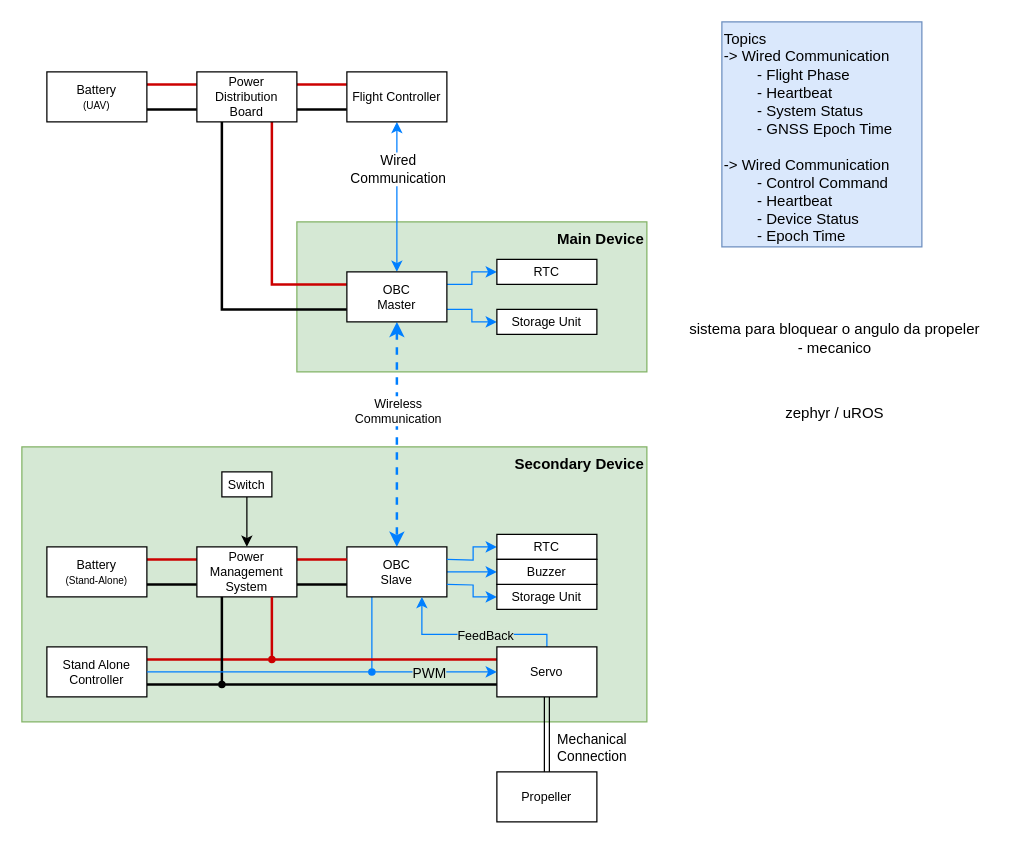
Earlier version of the draw.io diagram page "system_diagram" (1 of 10) of MESCC/2nd_year/2nd_semester/system_diagram.drawio (carlosrijo9/ISEP). Source tidied: cells renumbered, new cells numbered last; positions are measured from the earlier drawing's top-left corner, leaving out a move shared by most shapes. Both pictures are drawn from the tidied source at 125%, with x=0, y=0 at pixel (21, 21).
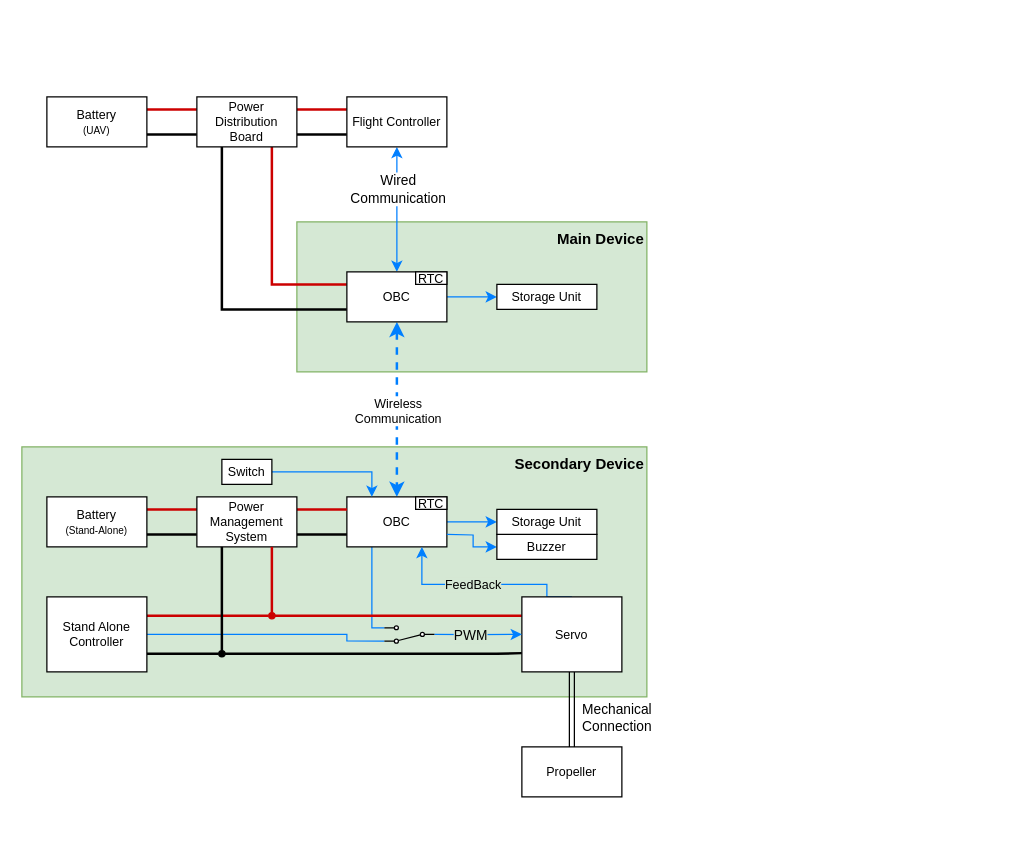
The same page after the edit.

Unchanged cells that the change refers to:
```xml
<mxCell id="12" style="edgeStyle=orthogonalEdgeStyle;rounded=0;jettySize=auto;html=1;exitX=0.5;exitY=1;exitDx=0;exitDy=0;entryX=0.5;entryY=0;entryDx=0;entryDy=0;strokeColor=#007FFF;fontSize=10;startArrow=classic;startFill=1;endArrow=classic;endFill=1;" parent="1" edge="1" source="14" target="19">
  <mxGeometry relative="1" as="geometry" />
</mxCell>
<mxCell id="17" style="edgeStyle=orthogonalEdgeStyle;rounded=0;jettySize=auto;html=1;dashed=1;strokeWidth=2;strokeColor=#007FFF;fontSize=10;startArrow=classic;startFill=1;" parent="1" edge="1" source="19" target="24">
  <mxGeometry relative="1" as="geometry" />
</mxCell>
<mxCell id="39" style="edgeStyle=orthogonalEdgeStyle;rounded=0;jettySize=auto;html=1;endArrow=none;endFill=0;shape=link;" parent="1" edge="1" source="41" target="44">
  <mxGeometry relative="1" as="geometry" />
</mxCell>
```

Diff of the diagram source:
```diff
@@
-    <mxCell id="2" value="&lt;span style=&quot;color: rgb(0, 0, 0); font-family: Helvetica; font-style: normal; font-variant-ligatures: normal; font-variant-caps: normal; letter-spacing: normal; orphans: 2; text-indent: 0px; text-transform: none; widows: 2; word-spacing: 0px; -webkit-text-stroke-width: 0px; text-decoration-thickness: initial; text-decoration-style: initial; text-decoration-color: initial; float: none; display: inline !important;&quot;&gt;&lt;b style=&quot;&quot;&gt;&lt;font style=&quot;font-size: 12px;&quot;&gt;Secondary Device&lt;/font&gt;&lt;/b&gt;&lt;br&gt;&lt;/span&gt;" style="rounded=0;whiteSpace=wrap;html=1;fillColor=#d5e8d4;strokeColor=#82b366;verticalAlign=top;align=right;labelBackgroundColor=none;" parent="1" vertex="1">
-      <mxGeometry y="340" width="500" height="220" as="geometry" />
+    <mxCell id="2" value="&lt;span style=&quot;color: rgb(0, 0, 0); font-family: Helvetica; font-style: normal; font-variant-ligatures: normal; font-variant-caps: normal; letter-spacing: normal; orphans: 2; text-indent: 0px; text-transform: none; widows: 2; word-spacing: 0px; -webkit-text-stroke-width: 0px; text-decoration-thickness: initial; text-decoration-style: initial; text-decoration-color: initial; float: none; display: inline !important;&quot;&gt;&lt;b style=&quot;&quot;&gt;&lt;font style=&quot;font-size: 12px;&quot;&gt;Secondary Device&lt;/font&gt;&lt;/b&gt;&lt;br&gt;&lt;/span&gt;" style="rounded=0;whiteSpace=wrap;html=1;fillColor=#D5E8D4;strokeColor=#82b366;verticalAlign=top;align=right;labelBackgroundColor=none;" parent="1" vertex="1">
+      <mxGeometry y="340" width="500" height="200" as="geometry" />
     </mxCell>
+    <mxCell id="44" value="Propeller" style="rounded=0;whiteSpace=wrap;html=1;fontSize=10;" parent="1" vertex="1">
+      <mxGeometry x="400" y="580" width="80" height="40" as="geometry" />
+    </mxCell>
+    <mxCell id="58" style="edgeStyle=orthogonalEdgeStyle;rounded=0;jettySize=auto;html=1;exitX=1;exitY=0.5;exitDx=0;exitDy=0;entryX=1;entryY=0.12;entryDx=0;entryDy=0;strokeColor=#007FFF;endArrow=none;endFill=0;" parent="1" edge="1" source="53" target="61">
+      <mxGeometry relative="1" as="geometry">
+        <Array as="points">
+          <mxPoint x="260" y="490" />
+          <mxPoint x="260" y="495" />
+        </Array>
+      </mxGeometry>
+    </mxCell>
@@
     <mxCell id="6" value="Battery&lt;br style=&quot;font-size: 10px;&quot;&gt;&lt;font style=&quot;font-size: 8px;&quot;&gt;(UAV)&lt;/font&gt;" style="rounded=0;whiteSpace=wrap;html=1;fontSize=10;" parent="1" vertex="1">
-      <mxGeometry x="20" y="40" width="80" height="40" as="geometry" />
+      <mxGeometry x="20" y="60" width="80" height="40" as="geometry" />
     </mxCell>
@@
     <mxCell id="11" value="Power Distribution Board" style="rounded=0;whiteSpace=wrap;html=1;fontSize=10;" parent="1" vertex="1">
-      <mxGeometry x="140" y="40" width="80" height="40" as="geometry" />
+      <mxGeometry x="140" y="60" width="80" height="40" as="geometry" />
     </mxCell>
@@
     <mxCell id="13" value="&lt;div&gt;Wired&lt;/div&gt;&lt;div&gt;Communication&lt;/div&gt;" style="edgeLabel;html=1;align=center;verticalAlign=middle;" parent="12" vertex="1">
       <mxGeometry x="-0.23" y="2" relative="1" as="geometry">
-        <mxPoint x="-2" y="-9" as="offset" />
+        <mxPoint x="-2" y="-6" as="offset" />
       </mxGeometry>
     </mxCell>
     <mxCell id="14" value="Flight Controller" style="rounded=0;whiteSpace=wrap;html=1;fontSize=10;" parent="1" vertex="1">
-      <mxGeometry x="260" y="40" width="80" height="40" as="geometry" />
+      <mxGeometry x="260" y="60" width="80" height="40" as="geometry" />
     </mxCell>
-    <mxCell id="15" style="edgeStyle=orthogonalEdgeStyle;rounded=0;jettySize=auto;html=1;strokeColor=#007FFF;exitX=1;exitY=0.25;exitDx=0;exitDy=0;fontSize=10;" parent="1" edge="1" source="19" target="20">
-      <mxGeometry relative="1" as="geometry" />
-    </mxCell>
-    <mxCell id="16" style="edgeStyle=orthogonalEdgeStyle;rounded=0;jettySize=auto;html=1;exitX=1;exitY=0.75;exitDx=0;exitDy=0;entryX=0;entryY=0.5;entryDx=0;entryDy=0;strokeColor=#007FFF;fontSize=10;" parent="1" edge="1" source="19" target="21">
+    <mxCell id="16" style="edgeStyle=orthogonalEdgeStyle;rounded=0;jettySize=auto;html=1;exitX=1;exitY=0.5;exitDx=0;exitDy=0;entryX=0;entryY=0.5;entryDx=0;entryDy=0;strokeColor=#007FFF;fontSize=10;" parent="1" edge="1" source="19" target="21">
       <mxGeometry relative="1" as="geometry" />
     </mxCell>
@@
     <mxCell id="18" value="Wireless&lt;br style=&quot;font-size: 10px;&quot;&gt;Communication" style="edgeLabel;html=1;align=center;verticalAlign=middle;fontSize=10;" parent="17" vertex="1">
       <mxGeometry x="0.15" y="2" relative="1" as="geometry">
-        <mxPoint x="-2" y="-33" as="offset" />
+        <mxPoint x="-2" y="-11" as="offset" />
       </mxGeometry>
     </mxCell>
-    <mxCell id="19" value="OBC&lt;br style=&quot;font-size: 10px;&quot;&gt;Master" style="rounded=0;whiteSpace=wrap;html=1;fontSize=10;" parent="1" vertex="1">
+    <mxCell id="19" value="OBC" style="rounded=0;whiteSpace=wrap;html=1;fontSize=10;" parent="1" vertex="1">
       <mxGeometry x="260" y="200" width="80" height="40" as="geometry" />
     </mxCell>
-    <mxCell id="20" value="RTC" style="rounded=0;whiteSpace=wrap;html=1;fontSize=10;" parent="1" vertex="1">
-      <mxGeometry x="380" y="190" width="80" height="20" as="geometry" />
-    </mxCell>
     <mxCell id="21" value="Storage Unit" style="rounded=0;whiteSpace=wrap;html=1;fontSize=10;" parent="1" vertex="1">
-      <mxGeometry x="380" y="230" width="80" height="20" as="geometry" />
+      <mxGeometry x="380" y="210" width="80" height="20" as="geometry" />
     </mxCell>
@@
-    <mxCell id="23" style="edgeStyle=orthogonalEdgeStyle;rounded=0;jettySize=auto;html=1;exitX=0.25;exitY=1;exitDx=0;exitDy=0;entryX=0.5;entryY=0;entryDx=0;entryDy=0;strokeColor=#007FFF;endArrow=none;endFill=0;" parent="1" edge="1" source="24" target="59">
-      <mxGeometry relative="1" as="geometry" />
+    <mxCell id="23" style="edgeStyle=orthogonalEdgeStyle;rounded=0;jettySize=auto;html=1;exitX=0.25;exitY=1;exitDx=0;exitDy=0;entryX=1;entryY=0.88;entryDx=0;entryDy=0;strokeColor=#007FFF;endArrow=none;endFill=0;" parent="1" edge="1" source="24" target="61">
+      <mxGeometry relative="1" as="geometry">
+        <Array as="points">
+          <mxPoint x="280" y="485" />
+        </Array>
+      </mxGeometry>
     </mxCell>
-    <mxCell id="24" value="OBC&lt;br style=&quot;font-size: 10px;&quot;&gt;Slave" style="rounded=0;whiteSpace=wrap;html=1;fontSize=10;" parent="1" vertex="1">
-      <mxGeometry x="260" y="420" width="80" height="40" as="geometry" />
+    <mxCell id="24" value="OBC" style="rounded=0;whiteSpace=wrap;html=1;fontSize=10;" parent="1" vertex="1">
+      <mxGeometry x="260" y="380" width="80" height="40" as="geometry" />
     </mxCell>
@@
     <mxCell id="27" value="Battery&lt;br style=&quot;font-size: 10px;&quot;&gt;&lt;font style=&quot;font-size: 8px;&quot;&gt;(Stand-Alone)&lt;/font&gt;" style="rounded=0;whiteSpace=wrap;html=1;fontSize=10;" parent="1" vertex="1">
-      <mxGeometry x="20" y="420" width="80" height="40" as="geometry" />
+      <mxGeometry x="20" y="380" width="80" height="40" as="geometry" />
     </mxCell>
@@
     <mxCell id="30" style="edgeStyle=orthogonalEdgeStyle;rounded=0;jettySize=auto;html=1;exitX=1;exitY=0.5;exitDx=0;exitDy=0;entryX=0;entryY=0.25;entryDx=0;entryDy=0;strokeWidth=2;strokeColor=#CC0000;endArrow=none;endFill=0;fontSize=10;" parent="1" edge="1" source="57" target="41">
       <mxGeometry relative="1" as="geometry">
         <Array as="points">
-          <mxPoint x="230" y="510" />
-          <mxPoint x="230" y="510" />
+          <mxPoint x="205" y="475" />
+          <mxPoint x="205" y="475" />
         </Array>
       </mxGeometry>
     </mxCell>
-    <mxCell id="31" style="edgeStyle=orthogonalEdgeStyle;rounded=0;jettySize=auto;html=1;exitX=0.5;exitY=1;exitDx=0;exitDy=0;entryX=0;entryY=0.75;entryDx=0;entryDy=0;strokeWidth=2;endArrow=none;endFill=0;fontSize=10;" parent="1" edge="1" source="55">
+    <mxCell id="31" style="edgeStyle=orthogonalEdgeStyle;rounded=0;jettySize=auto;html=1;exitX=1;exitY=0.5;exitDx=0;exitDy=0;entryX=0;entryY=0.75;entryDx=0;entryDy=0;strokeWidth=2;endArrow=none;endFill=0;fontSize=10;" parent="1" edge="1" source="55" target="41">
       <mxGeometry relative="1" as="geometry">
-        <mxPoint x="381" y="530" as="targetPoint" />
         <Array as="points">
-          <mxPoint x="160" y="530" />
+          <mxPoint x="380" y="506" />
         </Array>
       </mxGeometry>
     </mxCell>
     <mxCell id="32" value="Power Management System" style="rounded=0;whiteSpace=wrap;html=1;fontSize=10;" parent="1" vertex="1">
-      <mxGeometry x="140" y="420" width="80" height="40" as="geometry" />
+      <mxGeometry x="140" y="380" width="80" height="40" as="geometry" />
     </mxCell>
-    <mxCell id="33" style="edgeStyle=orthogonalEdgeStyle;rounded=0;jettySize=auto;html=1;strokeColor=#007FFF;exitX=1;exitY=0.25;exitDx=0;exitDy=0;fontSize=10;entryX=0;entryY=0.5;entryDx=0;entryDy=0;" parent="1" edge="1" target="35">
-      <mxGeometry relative="1" as="geometry">
-        <mxPoint x="340" y="430" as="sourcePoint" />
-      </mxGeometry>
-    </mxCell>
     <mxCell id="34" style="edgeStyle=orthogonalEdgeStyle;rounded=0;jettySize=auto;html=1;exitX=1;exitY=0.75;exitDx=0;exitDy=0;entryX=0;entryY=0.5;entryDx=0;entryDy=0;strokeColor=#007FFF;fontSize=10;" parent="1" edge="1" target="36">
       <mxGeometry relative="1" as="geometry">
-        <mxPoint x="340" y="450" as="sourcePoint" />
+        <mxPoint x="340" y="410" as="sourcePoint" />
       </mxGeometry>
     </mxCell>
-    <mxCell id="35" value="RTC" style="rounded=0;whiteSpace=wrap;html=1;fontSize=10;" parent="1" vertex="1">
-      <mxGeometry x="380" y="410" width="80" height="20" as="geometry" />
-    </mxCell>
-    <mxCell id="36" value="Storage Unit" style="rounded=0;whiteSpace=wrap;html=1;fontSize=10;" parent="1" vertex="1">
-      <mxGeometry x="380" y="450" width="80" height="20" as="geometry" />
+    <mxCell id="36" value="Buzzer" style="rounded=0;whiteSpace=wrap;html=1;fontSize=10;" parent="1" vertex="1">
+      <mxGeometry x="380" y="410" width="80" height="20" as="geometry" />
     </mxCell>
     <mxCell id="37" style="edgeStyle=orthogonalEdgeStyle;rounded=0;jettySize=auto;html=1;exitX=0.5;exitY=0;exitDx=0;exitDy=0;entryX=0.75;entryY=1;entryDx=0;entryDy=0;strokeColor=#007FFF;fontSize=10;" parent="1" edge="1" source="41" target="24">
       <mxGeometry relative="1" as="geometry">
         <Array as="points">
-          <mxPoint x="420" y="490" />
-          <mxPoint x="320" y="490" />
+          <mxPoint x="420" y="450" />
+          <mxPoint x="320" y="450" />
         </Array>
       </mxGeometry>
     </mxCell>
     <mxCell id="38" value="&lt;span style=&quot;&quot;&gt;FeedBack&lt;/span&gt;" style="edgeLabel;html=1;align=center;verticalAlign=middle;fontSize=10;labelBackgroundColor=#D5E8D4;" parent="37" vertex="1">
       <mxGeometry x="0.57" y="-1" relative="1" as="geometry">
-        <mxPoint x="49" as="offset" />
+        <mxPoint x="36" as="offset" />
       </mxGeometry>
     </mxCell>
@@
     <mxCell id="40" value="Mechanical&lt;br&gt;Connection" style="edgeLabel;html=1;align=center;verticalAlign=middle;" parent="39" vertex="1">
       <mxGeometry x="0.59" y="1" relative="1" as="geometry">
-        <mxPoint x="34" y="-8" as="offset" />
+        <mxPoint x="34" y="-12" as="offset" />
       </mxGeometry>
     </mxCell>
     <mxCell id="41" value="Servo" style="rounded=0;whiteSpace=wrap;html=1;fontSize=10;" parent="1" vertex="1">
-      <mxGeometry x="380" y="500" width="80" height="40" as="geometry" />
+      <mxGeometry x="400" y="460" width="80" height="60" as="geometry" />
     </mxCell>
-    <mxCell id="42" style="edgeStyle=orthogonalEdgeStyle;rounded=0;jettySize=auto;html=1;fontSize=10;" parent="1" edge="1" source="43" target="32">
+    <mxCell id="42" style="edgeStyle=orthogonalEdgeStyle;rounded=0;jettySize=auto;html=1;fontSize=10;entryX=0.25;entryY=0;entryDx=0;entryDy=0;strokeColor=#007FFF;" parent="1" edge="1" source="43" target="24">
       <mxGeometry relative="1" as="geometry" />
     </mxCell>
     <mxCell id="43" value="Switch" style="rounded=0;whiteSpace=wrap;html=1;fontSize=10;" parent="1" vertex="1">
-      <mxGeometry x="160" y="360" width="40" height="20" as="geometry" />
+      <mxGeometry x="160" y="350" width="40" height="20" as="geometry" />
     </mxCell>
-    <mxCell id="44" value="Propeller" style="rounded=0;whiteSpace=wrap;html=1;fontSize=10;" parent="1" vertex="1">
-      <mxGeometry x="380" y="600" width="80" height="40" as="geometry" />
-    </mxCell>
-    <mxCell id="45" value="&lt;div&gt;Topics&lt;/div&gt;&lt;div&gt;-&amp;gt; Wired Communication&lt;br&gt;&lt;/div&gt;&lt;div&gt;&lt;span style=&quot;&quot;&gt;&lt;span style=&quot;white-space: pre;&quot;&gt;&amp;nbsp;&amp;nbsp;&amp;nbsp;&amp;nbsp;&lt;span style=&quot;white-space: pre;&quot;&gt;&#9;&lt;/span&gt;&lt;/span&gt;&lt;/span&gt;- Flight Phase&lt;/div&gt;&lt;div&gt;&lt;span style=&quot;&quot;&gt;&lt;span style=&quot;white-space: pre;&quot;&gt;&amp;nbsp;&amp;nbsp;&amp;nbsp;&amp;nbsp;&lt;span style=&quot;white-space: pre;&quot;&gt;&#9;&lt;/span&gt;&lt;/span&gt;&lt;/span&gt;- Heartbeat&lt;/div&gt;&lt;div&gt;&lt;span style=&quot;white-space: pre;&quot;&gt;&#9;&lt;/span&gt;- System Status&lt;br&gt;&lt;/div&gt;&lt;div&gt;&lt;span style=&quot;&quot;&gt;&lt;span style=&quot;white-space: pre;&quot;&gt;&amp;nbsp;&amp;nbsp;&amp;nbsp;&amp;nbsp;&lt;/span&gt;&lt;/span&gt;&lt;span style=&quot;white-space: pre;&quot;&gt;&#9;&lt;/span&gt;- GNSS Epoch Time&lt;/div&gt;&lt;div&gt;&lt;br&gt;&lt;/div&gt;&lt;div&gt;-&amp;gt; Wired Communication&lt;br&gt;&lt;div&gt;&lt;span style=&quot;white-space: pre;&quot;&gt;&#9;&lt;/span&gt;- Control Command&lt;br&gt;&lt;/div&gt;&lt;div&gt;&lt;span style=&quot;&quot;&gt;&lt;span style=&quot;white-space: pre;&quot;&gt;&amp;nbsp;&amp;nbsp;&amp;nbsp;&amp;nbsp;&lt;span style=&quot;white-space: pre;&quot;&gt;&#9;&lt;/span&gt;&lt;/span&gt;&lt;/span&gt;- Heartbeat&lt;br&gt;&lt;/div&gt;&lt;div&gt;&lt;span style=&quot;white-space: pre;&quot;&gt;&#9;&lt;/span&gt;- Device Status&lt;/div&gt;&lt;div&gt;&lt;span style=&quot;white-space: pre;&quot;&gt;&#9;&lt;/span&gt;- Epoch Time&lt;/div&gt;&lt;div&gt;&lt;br&gt;&lt;/div&gt;&lt;/div&gt;" style="text;html=1;strokeColor=#6c8ebf;fillColor=#dae8fc;align=left;verticalAlign=top;whiteSpace=wrap;rounded=0;" parent="1" vertex="1">
-      <mxGeometry x="560" width="160" height="180" as="geometry" />
-    </mxCell>
-    <mxCell id="46" value="Buzzer" style="rounded=0;whiteSpace=wrap;html=1;fontSize=10;" parent="1" vertex="1">
-      <mxGeometry x="380" y="430" width="80" height="20" as="geometry" />
+    <mxCell id="46" value="Storage Unit" style="rounded=0;whiteSpace=wrap;html=1;fontSize=10;" parent="1" vertex="1">
+      <mxGeometry x="380" y="390" width="80" height="20" as="geometry" />
     </mxCell>
-    <mxCell id="47" value="&lt;div&gt;sistema para bloquear o angulo da propeler&lt;/div&gt;&lt;div&gt;- mecanico&lt;br&gt;&lt;/div&gt;" style="text;html=1;align=center;verticalAlign=middle;strokeColor=none;fillColor=none;" parent="1" vertex="1">
-      <mxGeometry x="525" y="233" width="250" height="40" as="geometry" />
-    </mxCell>
-    <mxCell id="48" value="&lt;div&gt;zephyr / uROS&lt;/div&gt;" style="text;html=1;align=center;verticalAlign=middle;strokeColor=none;fillColor=none;" parent="1" vertex="1">
-      <mxGeometry x="600" y="298" width="100" height="30" as="geometry" />
-    </mxCell>
-    <mxCell id="49" style="edgeStyle=orthogonalEdgeStyle;rounded=0;jettySize=auto;html=1;exitX=1;exitY=0.5;exitDx=0;exitDy=0;entryX=0;entryY=0.5;entryDx=0;entryDy=0;strokeColor=#007FFF;" parent="1" edge="1" source="59" target="41">
-      <mxGeometry relative="1" as="geometry" />
-    </mxCell>
-    <mxCell id="50" value="PWM" style="edgeLabel;html=1;align=center;verticalAlign=middle;labelBackgroundColor=#D5E8D4;" parent="49" vertex="1">
-      <mxGeometry x="0.18" y="-1" relative="1" as="geometry">
-        <mxPoint x="-15" y="-1" as="offset" />
-      </mxGeometry>
-    </mxCell>
     <mxCell id="51" style="edgeStyle=orthogonalEdgeStyle;rounded=0;jettySize=auto;html=1;exitX=1;exitY=0.75;exitDx=0;exitDy=0;entryX=0;entryY=0.5;entryDx=0;entryDy=0;endArrow=none;endFill=0;strokeWidth=2;" parent="1" edge="1" source="53" target="55">
       <mxGeometry relative="1" as="geometry">
         <Array as="points">
-          <mxPoint x="155" y="530" />
+          <mxPoint x="158" y="505" />
         </Array>
       </mxGeometry>
     </mxCell>
@@
     <mxCell id="53" value="Stand Alone&lt;br&gt;&lt;div&gt;Controller&lt;/div&gt;" style="rounded=0;whiteSpace=wrap;html=1;fontSize=10;" parent="1" vertex="1">
-      <mxGeometry x="20" y="500" width="80" height="40" as="geometry" />
+      <mxGeometry x="20" y="460" width="80" height="60" as="geometry" />
     </mxCell>
     <mxCell id="54" style="edgeStyle=orthogonalEdgeStyle;rounded=0;jettySize=auto;html=1;exitX=0.25;exitY=1;exitDx=0;exitDy=0;entryX=0.5;entryY=0;entryDx=0;entryDy=0;strokeWidth=2;endArrow=none;endFill=0;fontSize=10;" parent="1" edge="1" source="32" target="55">
       <mxGeometry relative="1" as="geometry">
         <Array as="points">
-          <mxPoint x="160" y="480" />
-          <mxPoint x="160" y="480" />
+          <mxPoint x="160" y="440" />
+          <mxPoint x="160" y="440" />
         </Array>
       </mxGeometry>
     </mxCell>
     <mxCell id="55" style="ellipse;whiteSpace=wrap;html=1;fillColor=#000000;" parent="1" vertex="1">
-      <mxGeometry x="157.5" y="527.5" width="5" height="5" as="geometry" />
+      <mxGeometry x="157.5" y="503" width="5" height="5" as="geometry" />
     </mxCell>
@@
     <mxCell id="57" style="ellipse;whiteSpace=wrap;html=1;fillColor=#CC0000;strokeColor=#CC0000;" parent="1" vertex="1">
-      <mxGeometry x="197.5" y="507.5" width="5" height="5" as="geometry" />
+      <mxGeometry x="197.5" y="472.5" width="5" height="5" as="geometry" />
     </mxCell>
-    <mxCell id="58" style="edgeStyle=orthogonalEdgeStyle;rounded=0;jettySize=auto;html=1;exitX=1;exitY=0.5;exitDx=0;exitDy=0;entryX=0;entryY=0.5;entryDx=0;entryDy=0;strokeColor=#007FFF;endArrow=none;endFill=0;" parent="1" edge="1" source="53" target="59">
-      <mxGeometry relative="1" as="geometry" />
-    </mxCell>
-    <mxCell id="59" style="ellipse;whiteSpace=wrap;html=1;fillColor=#007FFF;strokeColor=#007FFF;" parent="1" vertex="1">
-      <mxGeometry x="277.5" y="517.5" width="5" height="5" as="geometry" />
-    </mxCell>
+    <mxCell id="60" style="edgeStyle=orthogonalEdgeStyle;rounded=0;jettySize=auto;html=1;exitX=0;exitY=0.5;exitDx=0;exitDy=0;entryX=0;entryY=0.5;entryDx=0;entryDy=0;strokeColor=#007FFF;" parent="1" edge="1" source="61" target="41">
+      <mxGeometry relative="1" as="geometry" />
+    </mxCell>
+    <mxCell id="50" value="PWM" style="edgeLabel;html=1;align=center;verticalAlign=middle;labelBackgroundColor=#D5E8D4;" parent="60" vertex="1">
+      <mxGeometry x="-0.09" y="-1" relative="1" as="geometry">
+        <mxPoint x="-3" y="-1" as="offset" />
+      </mxGeometry>
+    </mxCell>
+    <mxCell id="61" style="html=1;shape=mxgraph.electrical.electro-mechanical.twoWaySwitch;elSwitchState=2;rotation=-180;" parent="1" vertex="1">
+      <mxGeometry x="290" y="483.1" width="40" height="13.9" as="geometry" />
+    </mxCell>
+    <mxCell id="62" value="RTC" style="rounded=0;whiteSpace=wrap;html=1;fontSize=10;" parent="1" vertex="1">
+      <mxGeometry x="315" y="200" width="25" height="10" as="geometry" />
+    </mxCell>
+    <mxCell id="63" value="RTC" style="rounded=0;whiteSpace=wrap;html=1;fontSize=10;" parent="1" vertex="1">
+      <mxGeometry x="315" y="380" width="25" height="10" as="geometry" />
+    </mxCell>
```
